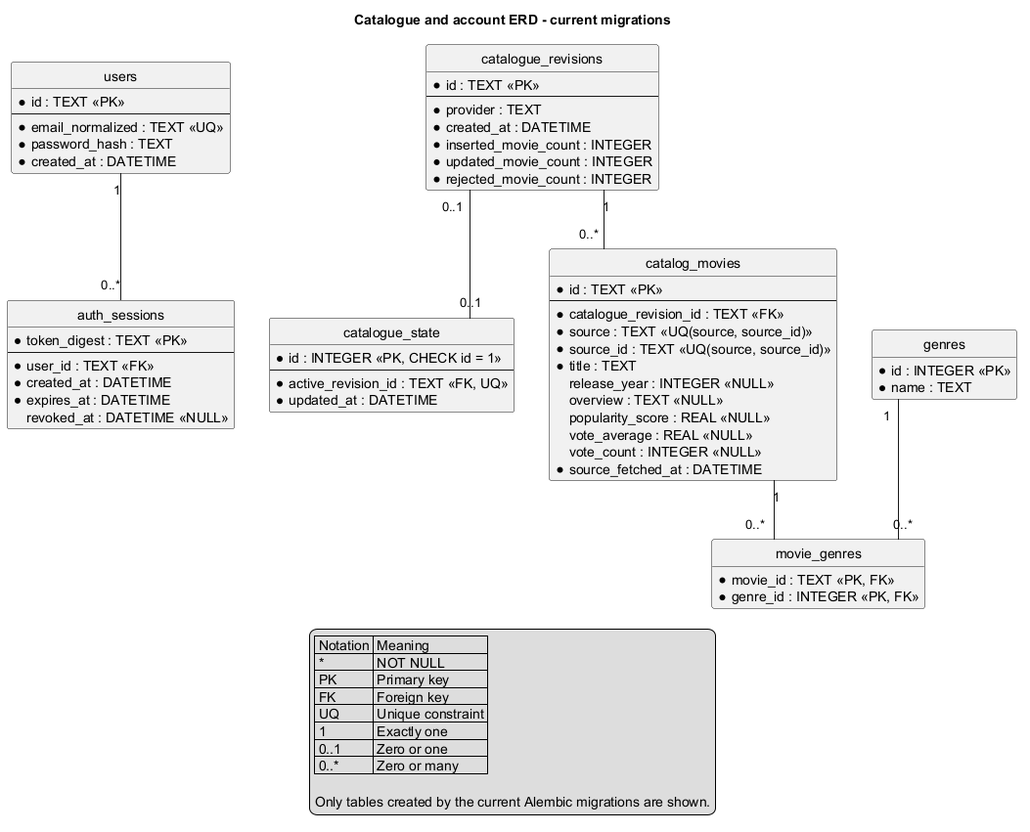
Earlier version of the PlantUML export docs/images/erd.png (SE-FDA-NEU/ai66a_group3_C1_SE). Source of this version:
```plantuml
@startuml
title Catalogue and account ERD - current migrations

hide circle
hide methods
skinparam linetype ortho
skinparam shadowing false
skinparam entity {
  BackgroundColor #FFFFFF
  BorderColor #2F5597
  HeaderBackgroundColor #D9E8FB
}

entity "users" as users {
  * id : TEXT <<PK>>
  --
  * email_normalized : TEXT <<UQ>>
  * password_hash : TEXT
  * created_at : DATETIME
}

entity "auth_sessions" as auth_sessions {
  * token_digest : TEXT <<PK>>
  --
  * user_id : TEXT <<FK>>
  * created_at : DATETIME
  * expires_at : DATETIME
  revoked_at : DATETIME <<NULL>>
}

entity "catalogue_revisions" as rev {
  * id : TEXT <<PK>>
  --
  * provider : TEXT
  * created_at : DATETIME
  * inserted_movie_count : INTEGER
  * updated_movie_count : INTEGER
  * rejected_movie_count : INTEGER
}

entity "catalogue_state" as active_state {
  * id : INTEGER <<PK, CHECK id = 1>>
  --
  * active_revision_id : TEXT <<FK, UQ>>
  * updated_at : DATETIME
}

entity "catalog_movies" as movie_rows {
  * id : TEXT <<PK>>
  --
  * catalogue_revision_id : TEXT <<FK>>
  * source : TEXT <<UQ(source, source_id)>>
  * source_id : TEXT <<UQ(source, source_id)>>
  * title : TEXT
  release_year : INTEGER <<NULL>>
  overview : TEXT <<NULL>>
  popularity_score : REAL <<NULL>>
  vote_average : REAL <<NULL>>
  vote_count : INTEGER <<NULL>>
  * source_fetched_at : DATETIME
}

entity "genres" as genres {
  * id : INTEGER <<PK>>
  * name : TEXT
}

entity "movie_genres" as movie_genre_links {
  * movie_id : TEXT <<PK, FK>>
  * genre_id : INTEGER <<PK, FK>>
}

users "1" -- "0..*" auth_sessions
rev "1" -- "0..*" movie_rows
rev "0..1" -- "0..1" active_state
movie_rows "1" -- "0..*" movie_genre_links
genres "1" -- "0..*" movie_genre_links

legend bottom
  | Notation | Meaning |
  | * | NOT NULL |
  | PK | Primary key |
  | FK | Foreign key |
  | UQ | Unique constraint |
  | 1 | Exactly one |
  | 0..1 | Zero or one |
  | 0..* | Zero or many |

  Only tables created by the current Alembic migrations are shown.
endlegend
@enduml
```
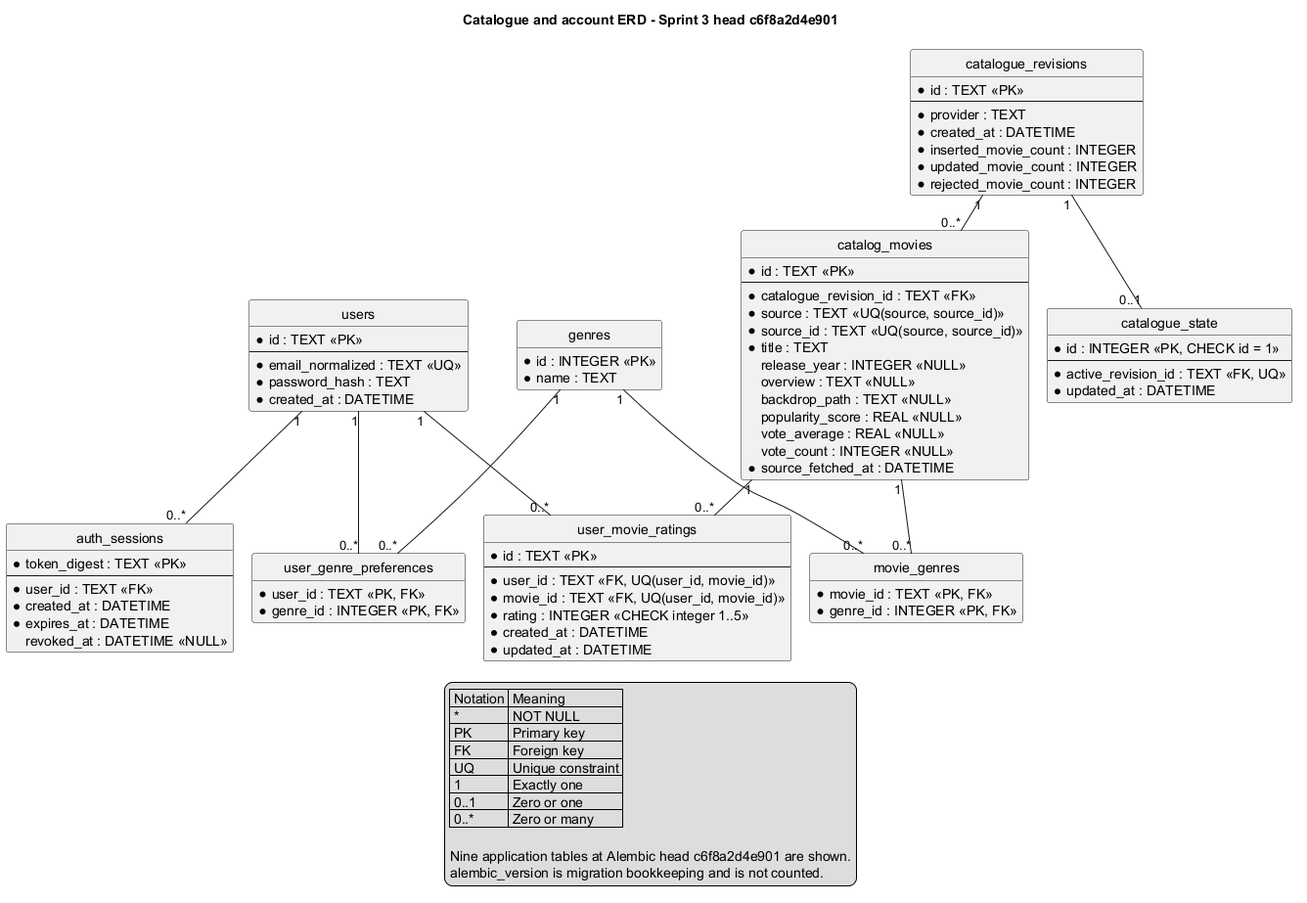
The same file after the commit.

Commit message:
docs(architecture): update Sprint 3 diagrams and preserve M2 baselines

Diff of the diagram source:
```diff
@@ -1,5 +1,6 @@
 @startuml
-title Catalogue and account ERD - current migrations
+!pragma layout smetana
+title Catalogue and account ERD - Sprint 3 head c6f8a2d4e901
 
 hide circle
 hide methods
@@ -54,6 +55,7 @@
   * title : TEXT
   release_year : INTEGER <<NULL>>
   overview : TEXT <<NULL>>
+  backdrop_path : TEXT <<NULL>>
   popularity_score : REAL <<NULL>>
   vote_average : REAL <<NULL>>
   vote_count : INTEGER <<NULL>>
@@ -70,11 +72,30 @@
   * genre_id : INTEGER <<PK, FK>>
 }
 
+entity "user_genre_preferences" as user_genre_prefs {
+  * user_id : TEXT <<PK, FK>>
+  * genre_id : INTEGER <<PK, FK>>
+}
+
+entity "user_movie_ratings" as user_movie_ratings {
+  * id : TEXT <<PK>>
+  --
+  * user_id : TEXT <<FK, UQ(user_id, movie_id)>>
+  * movie_id : TEXT <<FK, UQ(user_id, movie_id)>>
+  * rating : INTEGER <<CHECK integer 1..5>>
+  * created_at : DATETIME
+  * updated_at : DATETIME
+}
+
 users "1" -- "0..*" auth_sessions
+users "1" -- "0..*" user_genre_prefs
+genres "1" -- "0..*" user_genre_prefs
+users "1" -- "0..*" user_movie_ratings
 rev "1" -- "0..*" movie_rows
-rev "0..1" -- "0..1" active_state
+rev "1" -- "0..1" active_state
 movie_rows "1" -- "0..*" movie_genre_links
 genres "1" -- "0..*" movie_genre_links
+movie_rows "1" -- "0..*" user_movie_ratings
 
 legend bottom
   | Notation | Meaning |
@@ -86,6 +107,7 @@
   | 0..1 | Zero or one |
   | 0..* | Zero or many |
 
-  Only tables created by the current Alembic migrations are shown.
+  Nine application tables at Alembic head c6f8a2d4e901 are shown.
+  alembic_version is migration bookkeeping and is not counted.
 endlegend
 @enduml
```
